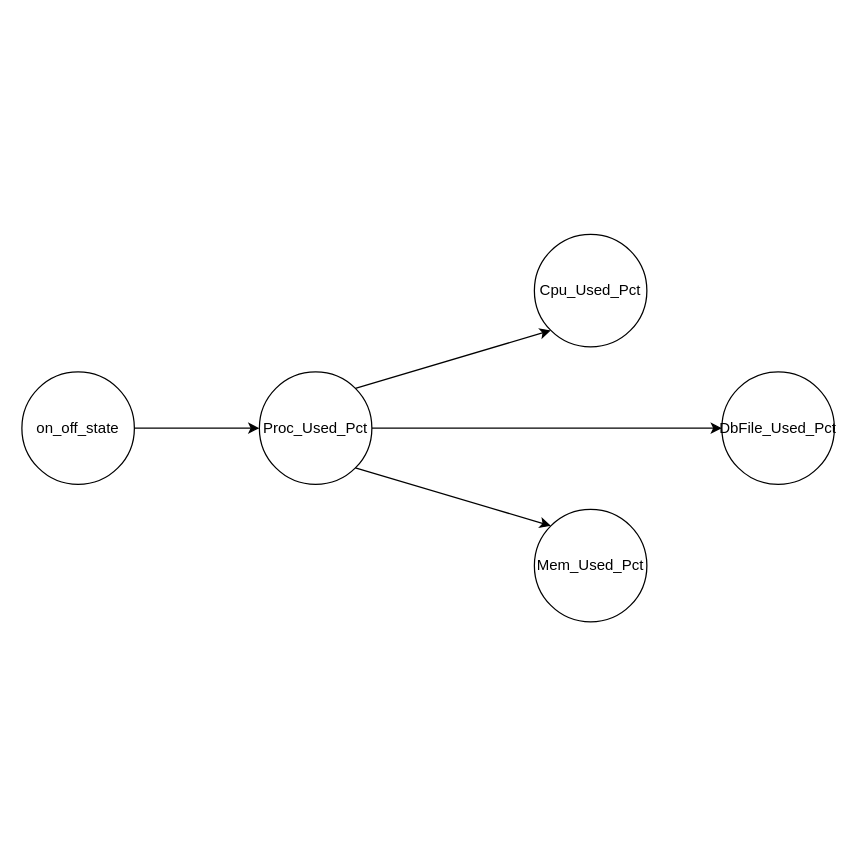
Before: first_week/causal_metric.drawio in gxxxh/Algorithm, a draw.io diagram. Source tidied: cells renumbered, new cells numbered last; positions are measured from the earlier drawing's top-left corner, leaving out a move shared by most shapes. Both pictures are drawn from the tidied source at 125%, with x=0, y=0 at pixel (21, 234).
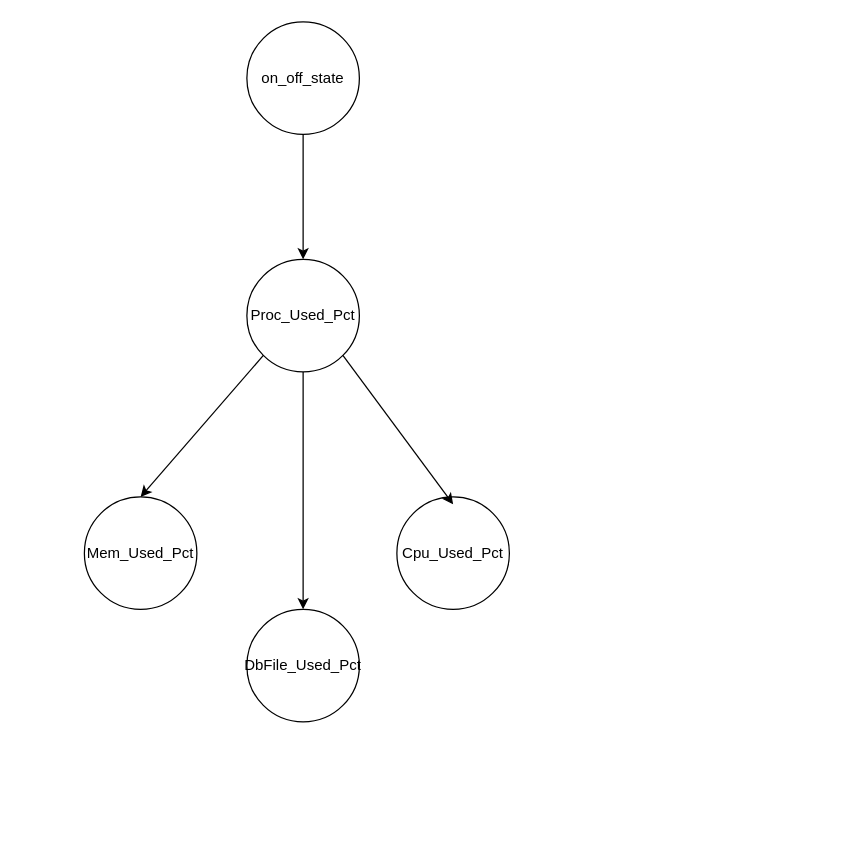
The same page after the edit.

Diff of the diagram source:
```diff
@@
 <mxGraphModel>
   <root>
     <mxCell id="0" />
     <mxCell id="1" parent="0" />
-    <mxCell id="2" style="edgeStyle=orthogonalEdgeStyle;rounded=0;jettySize=auto;html=1;exitX=1;exitY=0.5;exitDx=0;exitDy=0;" parent="1" edge="1" source="3" target="5">
-      <mxGeometry relative="1" as="geometry" />
-    </mxCell>
+    <mxCell id="11" style="group;rotation=90;" parent="1" vertex="1">
+      <mxGeometry x="-100" width="650" height="310" as="geometry" />
+    </mxCell>
-    <mxCell id="3" value="on_off_state" style="ellipse;whiteSpace=wrap;html=1;" parent="1" vertex="1">
-      <mxGeometry y="110" width="90" height="90" as="geometry" />
+    <mxCell id="3" value="on_off_state" style="ellipse;whiteSpace=wrap;html=1;rotation=0;" parent="11" vertex="1">
+      <mxGeometry x="280" y="-170" width="90" height="90" as="geometry" />
     </mxCell>
-    <mxCell id="4" style="edgeStyle=orthogonalEdgeStyle;rounded=0;jettySize=auto;html=1;exitX=1;exitY=0.5;exitDx=0;exitDy=0;entryX=0;entryY=0.5;entryDx=0;entryDy=0;" parent="1" edge="1" source="5" target="6">
+    <mxCell id="4" style="edgeStyle=orthogonalEdgeStyle;rounded=0;jettySize=auto;html=1;exitX=0.5;exitY=1;exitDx=0;exitDy=0;" parent="11" edge="1" source="5" target="6">
       <mxGeometry relative="1" as="geometry" />
     </mxCell>
-    <mxCell id="5" value="Proc_Used_Pct" style="ellipse;whiteSpace=wrap;html=1;" parent="1" vertex="1">
-      <mxGeometry x="190" y="110" width="90" height="90" as="geometry" />
+    <mxCell id="5" value="Proc_Used_Pct" style="ellipse;whiteSpace=wrap;html=1;rotation=0;" parent="11" vertex="1">
+      <mxGeometry x="280" y="20" width="90" height="90" as="geometry" />
     </mxCell>
+    <mxCell id="2" style="edgeStyle=orthogonalEdgeStyle;rounded=0;jettySize=auto;html=1;exitX=0.5;exitY=1;exitDx=0;exitDy=0;" parent="11" edge="1" source="3" target="5">
+      <mxGeometry relative="1" as="geometry" />
+    </mxCell>
-    <mxCell id="6" value="DbFile_Used_Pct" style="ellipse;whiteSpace=wrap;html=1;" parent="1" vertex="1">
-      <mxGeometry x="560" y="110" width="90" height="90" as="geometry" />
+    <mxCell id="6" value="DbFile_Used_Pct" style="ellipse;whiteSpace=wrap;html=1;rotation=0;" parent="11" vertex="1">
+      <mxGeometry x="280" y="300" width="90" height="90" as="geometry" />
     </mxCell>
-    <mxCell id="7" value="Cpu_Used_Pct" style="ellipse;whiteSpace=wrap;html=1;" parent="1" vertex="1">
-      <mxGeometry x="410" width="90" height="90" as="geometry" />
+    <mxCell id="7" value="Cpu_Used_Pct" style="ellipse;whiteSpace=wrap;html=1;rotation=0;" parent="11" vertex="1">
+      <mxGeometry x="400" y="210" width="90" height="90" as="geometry" />
     </mxCell>
-    <mxCell id="8" value="Mem_Used_Pct" style="ellipse;whiteSpace=wrap;html=1;" parent="1" vertex="1">
-      <mxGeometry x="410" y="220" width="90" height="90" as="geometry" />
+    <mxCell id="8" value="Mem_Used_Pct" style="ellipse;whiteSpace=wrap;html=1;rotation=0;" parent="11" vertex="1">
+      <mxGeometry x="150" y="210" width="90" height="90" as="geometry" />
     </mxCell>
-    <mxCell id="9" style="endArrow=classic;html=1;exitX=1;exitY=0;exitDx=0;exitDy=0;entryX=0;entryY=1;entryDx=0;entryDy=0;" parent="1" edge="1" source="5" target="7">
-      <mxGeometry relative="1" as="geometry" />
-    </mxCell>
-    <mxCell id="10" style="endArrow=classic;html=1;exitX=1;exitY=1;exitDx=0;exitDy=0;entryX=0;entryY=0;entryDx=0;entryDy=0;" parent="1" edge="1" source="5" target="8">
+    <mxCell id="10" style="endArrow=classic;html=1;exitX=0;exitY=1;exitDx=0;exitDy=0;entryX=0.5;entryY=0;entryDx=0;entryDy=0;" parent="11" edge="1" source="5" target="8">
       <mxGeometry relative="1" as="geometry" />
     </mxCell>
+    <mxCell id="12" style="endArrow=classic;html=1;exitX=1;exitY=1;exitDx=0;exitDy=0;" parent="11" edge="1" source="5">
+      <mxGeometry relative="1" as="geometry">
+        <mxPoint x="445" y="216" as="targetPoint" />
+      </mxGeometry>
+    </mxCell>
   </root>
 </mxGraphModel>
```
